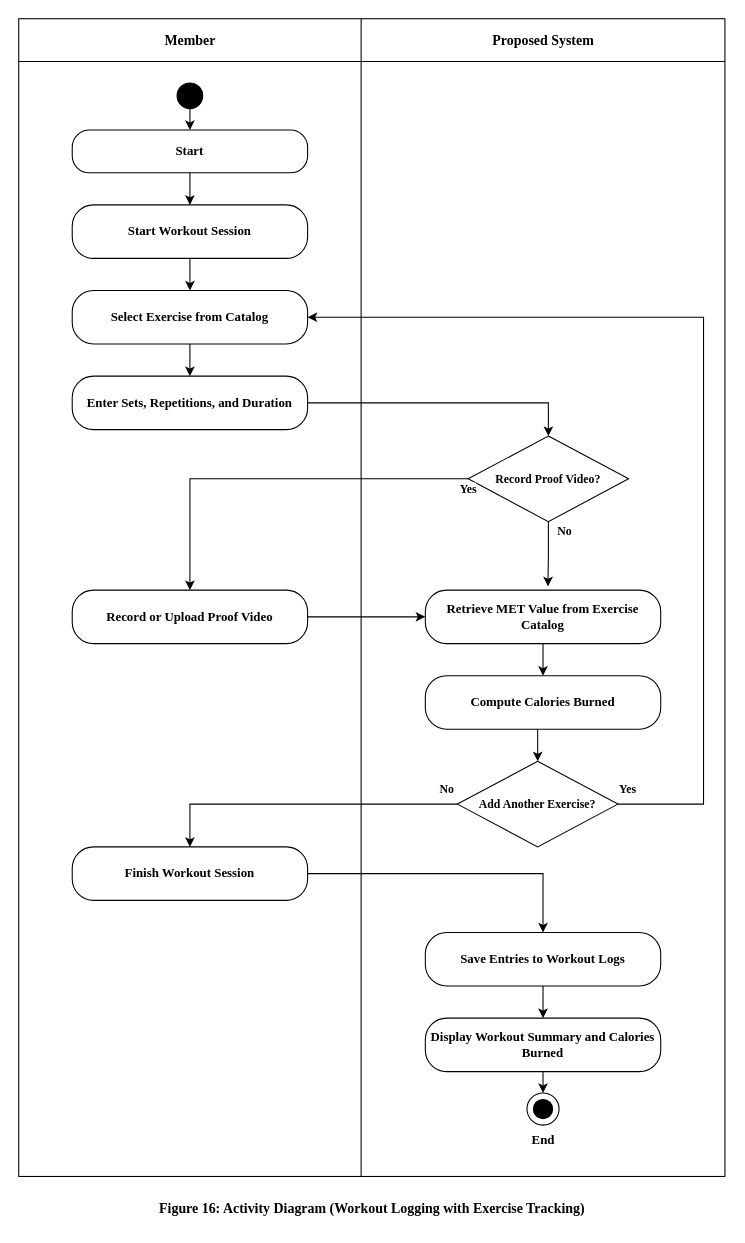
Above: chapter123/Activity-Fig16-Workout-Logging.drawio in JohnPaul010505/capstsh (draw.io), before the change. Source tidied: cells renumbered, new cells numbered last; positions are measured from the earlier drawing's top-left corner, leaving out a move shared by most shapes. Both pictures are drawn from the tidied source at 107%, with x=0, y=0 at pixel (18, 18).
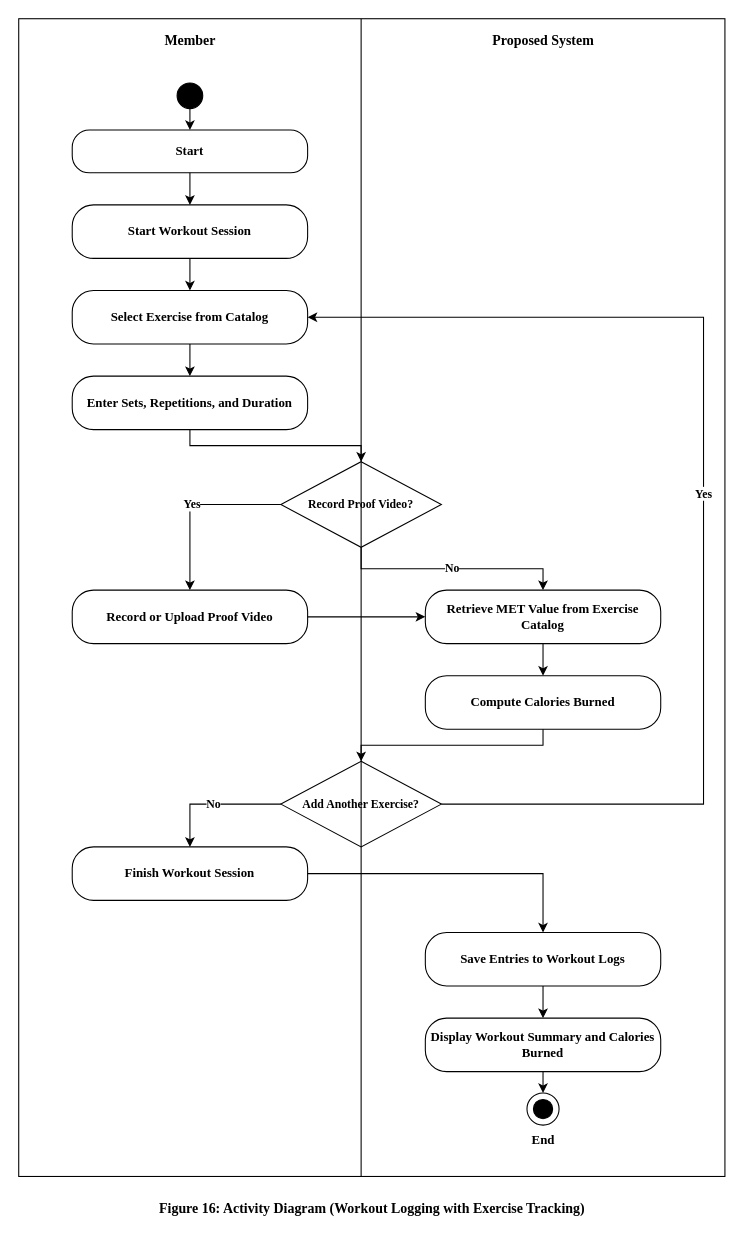
Above is the later version.

Unchanged cells that the change refers to:
```xml
<mxCell id="6" value="Select Exercise from Catalog" style="rounded=1;whiteSpace=wrap;html=1;arcSize=40;fillColor=#FFFFFF;strokeColor=#000000;fontFamily=Times New Roman;fontSize=12;fontStyle=1;" parent="1" vertex="1">
  <mxGeometry x="50" y="254" width="220" height="50" as="geometry" />
</mxCell>
<mxCell id="9" value="Record or Upload Proof Video" style="rounded=1;whiteSpace=wrap;html=1;arcSize=40;fillColor=#FFFFFF;strokeColor=#000000;fontFamily=Times New Roman;fontSize=12;fontStyle=1;" parent="1" vertex="1">
  <mxGeometry x="50" y="534" width="220" height="50" as="geometry" />
</mxCell>
<mxCell id="10" value="Retrieve MET Value from Exercise Catalog" style="rounded=1;whiteSpace=wrap;html=1;arcSize=40;fillColor=#FFFFFF;strokeColor=#000000;fontFamily=Times New Roman;fontSize=12;fontStyle=1;" parent="1" vertex="1">
  <mxGeometry x="380" y="534" width="220" height="50" as="geometry" />
</mxCell>
<mxCell id="11" value="Compute Calories Burned" style="rounded=1;whiteSpace=wrap;html=1;arcSize=40;fillColor=#FFFFFF;strokeColor=#000000;fontFamily=Times New Roman;fontSize=12;fontStyle=1;" parent="1" vertex="1">
  <mxGeometry x="380" y="614" width="220" height="50" as="geometry" />
</mxCell>
<mxCell id="13" value="Finish Workout Session" style="rounded=1;whiteSpace=wrap;html=1;arcSize=40;fillColor=#FFFFFF;strokeColor=#000000;fontFamily=Times New Roman;fontSize=12;fontStyle=1;" parent="1" vertex="1">
  <mxGeometry x="50" y="774" width="220" height="50" as="geometry" />
</mxCell>
<mxCell id="19" value="Member" style="text;html=1;align=center;verticalAlign=middle;fontFamily=Times New Roman;fontSize=13;fontStyle=1;strokeColor=none;fillColor=none;" parent="1" vertex="1">
  <mxGeometry width="320" height="40" as="geometry" />
</mxCell>
<mxCell id="20" value="Proposed System" style="text;html=1;align=center;verticalAlign=middle;fontFamily=Times New Roman;fontSize=13;fontStyle=1;strokeColor=none;fillColor=none;" parent="1" vertex="1">
  <mxGeometry x="320" width="340" height="40" as="geometry" />
</mxCell>
```

What changed in the source:
```diff
@@
     <mxCell id="8" value="Record Proof Video?" style="rhombus;whiteSpace=wrap;html=1;fillColor=#FFFFFF;strokeColor=#000000;fontFamily=Times New Roman;fontSize=11;fontStyle=1;" parent="1" vertex="1">
-      <mxGeometry x="420" y="390" width="150" height="80" as="geometry" />
+      <mxGeometry x="245" y="414" width="150" height="80" as="geometry" />
     </mxCell>
@@
     <mxCell id="12" value="Add Another Exercise?" style="rhombus;whiteSpace=wrap;html=1;fillColor=#FFFFFF;strokeColor=#000000;fontFamily=Times New Roman;fontSize=11;fontStyle=1;" parent="1" vertex="1">
-      <mxGeometry x="410" y="694" width="150" height="80" as="geometry" />
+      <mxGeometry x="245" y="694" width="150" height="80" as="geometry" />
     </mxCell>
@@
     <mxCell id="27" value="Yes" style="edgeStyle=orthogonalEdgeStyle;rounded=0;html=1;strokeColor=#000000;fontFamily=Times New Roman;fontSize=11;fontStyle=1;labelBackgroundColor=#FFFFFF;exitX=0;exitY=0.5;exitDx=0;exitDy=0;entryX=0.5;entryY=0;entryDx=0;entryDy=0;" parent="1" edge="1" source="8" target="9">
-      <mxGeometry x="-1" y="10" relative="1" as="geometry" />
+      <mxGeometry relative="1" as="geometry" />
     </mxCell>
-    <mxCell id="28" value="No" style="edgeStyle=orthogonalEdgeStyle;rounded=0;html=1;strokeColor=#000000;fontFamily=Times New Roman;fontSize=11;fontStyle=1;labelBackgroundColor=#FFFFFF;exitX=0.5;exitY=1;exitDx=0;exitDy=0;entryX=0.521;entryY=-0.069;entryDx=0;entryDy=0;entryPerimeter=0;" parent="1" edge="1" source="8" target="10">
-      <mxGeometry x="-0.71" y="15" relative="1" as="geometry" />
+    <mxCell id="28" value="No" style="edgeStyle=orthogonalEdgeStyle;rounded=0;html=1;strokeColor=#000000;fontFamily=Times New Roman;fontSize=11;fontStyle=1;labelBackgroundColor=#FFFFFF;exitX=0.5;exitY=1;exitDx=0;exitDy=0;entryX=0.5;entryY=0;entryDx=0;entryDy=0;" parent="1" edge="1" source="8" target="10">
+      <mxGeometry relative="1" as="geometry" />
     </mxCell>
@@
     <mxCell id="31" style="edgeStyle=orthogonalEdgeStyle;rounded=0;html=1;strokeColor=#000000;" parent="1" edge="1" source="11" target="12">
-      <mxGeometry relative="1" as="geometry">
-        <Array as="points">
-          <mxPoint x="485" y="670" />
-          <mxPoint x="485" y="670" />
-        </Array>
-      </mxGeometry>
+      <mxGeometry relative="1" as="geometry" />
     </mxCell>
     <mxCell id="32" value="Yes" style="edgeStyle=orthogonalEdgeStyle;rounded=0;html=1;strokeColor=#000000;fontFamily=Times New Roman;fontSize=11;fontStyle=1;labelBackgroundColor=#FFFFFF;exitX=1;exitY=0.5;exitDx=0;exitDy=0;entryX=1;entryY=0.5;entryDx=0;entryDy=0;" parent="1" edge="1" source="12" target="6">
-      <mxGeometry x="-0.98" y="14" relative="1" as="geometry">
+      <mxGeometry relative="1" as="geometry">
         <Array as="points">
           <mxPoint x="640" y="734" />
           <mxPoint x="640" y="279" />
         </Array>
       </mxGeometry>
     </mxCell>
     <mxCell id="33" value="No" style="edgeStyle=orthogonalEdgeStyle;rounded=0;html=1;strokeColor=#000000;fontFamily=Times New Roman;fontSize=11;fontStyle=1;labelBackgroundColor=#FFFFFF;exitX=0;exitY=0.5;exitDx=0;exitDy=0;entryX=0.5;entryY=0;entryDx=0;entryDy=0;" parent="1" edge="1" source="12" target="13">
-      <mxGeometry x="-0.93" y="-14" relative="1" as="geometry" />
+      <mxGeometry relative="1" as="geometry" />
     </mxCell>
@@
-    <mxCell id="38" style="endArrow=none;html=1;rounded=0;exitX=0;exitY=1;exitDx=0;exitDy=0;entryX=1;entryY=1;entryDx=0;entryDy=0;" parent="1" edge="1" source="19" target="20">
-      <mxGeometry relative="1" as="geometry" />
-    </mxCell>
```
